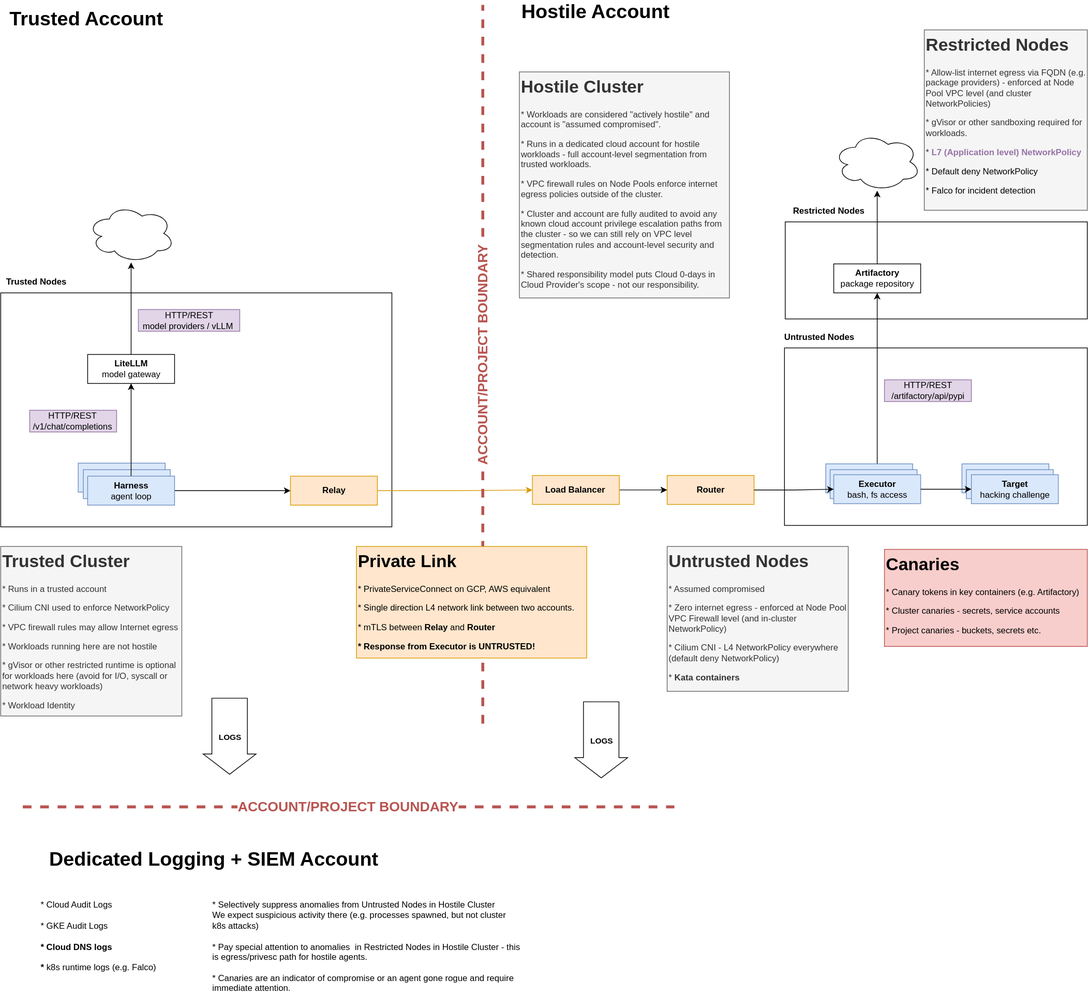
Earlier version of the draw.io export images/posts/ai-infrastructure-security/agent.svg (serain/serain.github.io). Source tidied: cells renumbered, new cells last; positions are measured from the earlier drawing's top-left corner, leaving out a move shared by most shapes.
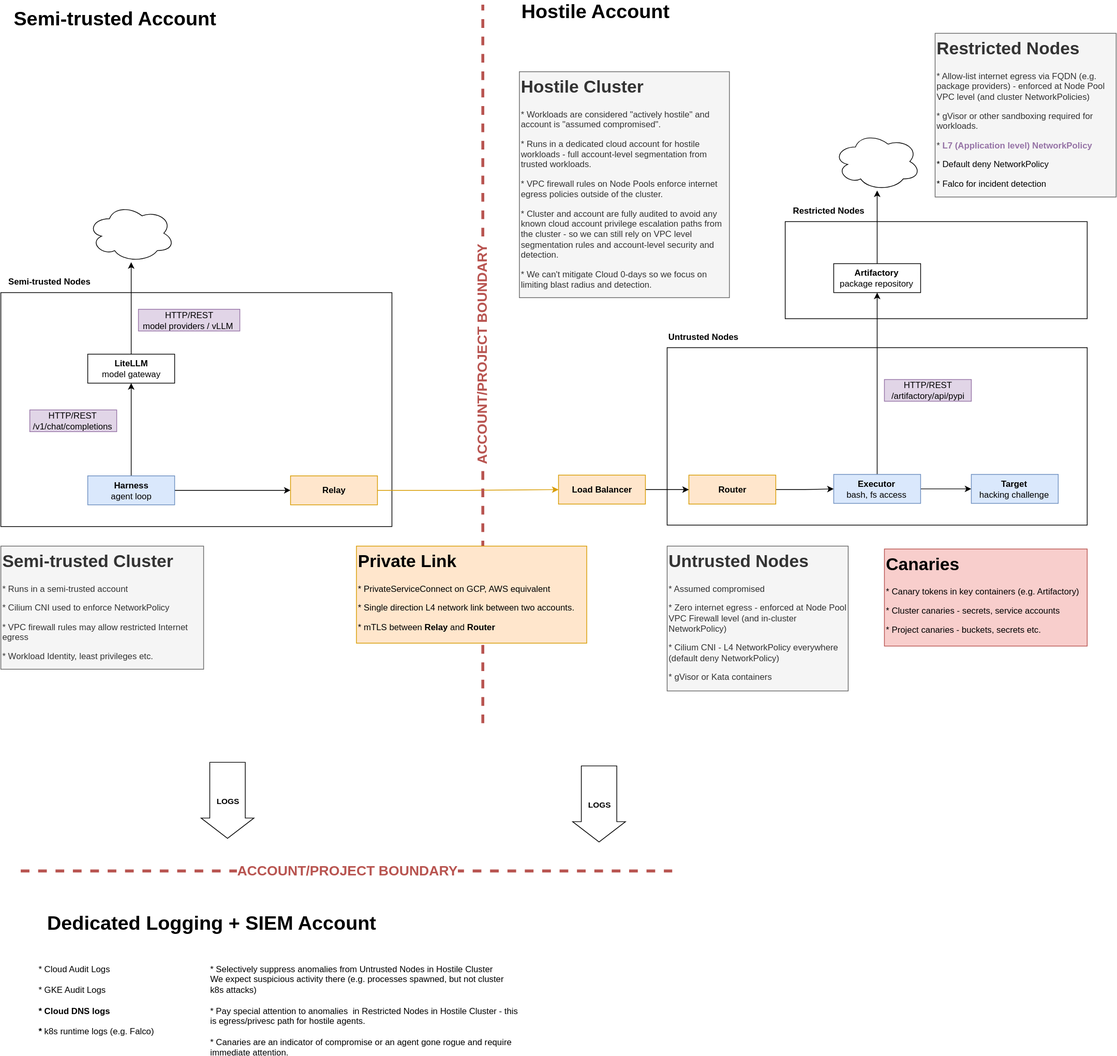
Later version of the same file.

Commit message:
Reframe trusted tier as semi-trusted in infra security post

The account running the harness and relay parses hostile executor
output, so call it semi-trusted in both the prose and the diagram.
Replace the shared-responsibility framing of cloud 0-days with explicit
risk acceptance, and update the diagram to match.

The edit, as a diff of the source:
```diff
@@ -5,7 +5,7 @@
     <mxCell id="2" style="rounded=0;whiteSpace=wrap;html=1;" parent="1" vertex="1">
-      <mxGeometry x="1082" y="479" width="418" height="245" as="geometry" />
+      <mxGeometry x="920" y="479" width="580" height="245" as="geometry" />
     </mxCell>
-    <mxCell id="3" style="rounded=0;whiteSpace=wrap;html=1;fillColor=#dae8fc;strokeColor=#6c8ebf;" parent="1" vertex="1">
-      <mxGeometry x="1327" y="639" width="120" height="40" as="geometry" />
-    </mxCell>
+    <mxCell id="7" style="rounded=0;whiteSpace=wrap;html=1;" parent="1" vertex="1">
+      <mxGeometry x="1083" y="305" width="417" height="134" as="geometry" />
+    </mxCell>
     <mxCell id="4" style="rounded=0;whiteSpace=wrap;html=1;" parent="1" vertex="1">
@@ -13,11 +13,2 @@
     </mxCell>
-    <mxCell id="5" style="rounded=0;whiteSpace=wrap;html=1;fillColor=#dae8fc;strokeColor=#6c8ebf;" parent="1" vertex="1">
-      <mxGeometry x="107" y="638" width="120" height="40" as="geometry" />
-    </mxCell>
-    <mxCell id="6" style="rounded=0;whiteSpace=wrap;html=1;fillColor=#dae8fc;strokeColor=#6c8ebf;" parent="1" vertex="1">
-      <mxGeometry x="114" y="647" width="120" height="40" as="geometry" />
-    </mxCell>
-    <mxCell id="7" style="rounded=0;whiteSpace=wrap;html=1;" parent="1" vertex="1">
-      <mxGeometry x="1083" y="305" width="417" height="134" as="geometry" />
-    </mxCell>
     <mxCell id="8" style="edgeStyle=orthogonalEdgeStyle;rounded=0;jettySize=auto;html=1;" parent="1" edge="1" source="9" target="24">
@@ -37,2 +28,5 @@
     </mxCell>
+    <mxCell id="51" style="edgeStyle=orthogonalEdgeStyle;rounded=0;jettySize=auto;html=1;entryX=0;entryY=0.5;entryDx=0;entryDy=0;" parent="1" edge="1" source="47" target="50">
+      <mxGeometry relative="1" as="geometry" />
+    </mxCell>
     <mxCell id="13" style="edgeStyle=orthogonalEdgeStyle;rounded=0;jettySize=auto;html=1;entryX=0.5;entryY=1;entryDx=0;entryDy=0;" parent="1" edge="1" source="47" target="15">
@@ -40,2 +34,8 @@
     </mxCell>
+    <mxCell id="47" value="&lt;b&gt;Executor&lt;/b&gt;&lt;div&gt;bash, fs access&lt;/div&gt;" style="rounded=0;whiteSpace=wrap;html=1;fillColor=#dae8fc;strokeColor=#6c8ebf;" parent="1" vertex="1">
+      <mxGeometry x="1150" y="654" width="120" height="40" as="geometry" />
+    </mxCell>
+    <mxCell id="50" value="&lt;b&gt;Target&lt;/b&gt;&lt;div&gt;hacking challenge&lt;/div&gt;" style="rounded=0;whiteSpace=wrap;html=1;fillColor=#dae8fc;strokeColor=#6c8ebf;" parent="1" vertex="1">
+      <mxGeometry x="1340" y="654" width="120" height="40" as="geometry" />
+    </mxCell>
     <mxCell id="14" style="edgeStyle=orthogonalEdgeStyle;rounded=0;jettySize=auto;html=1;" parent="1" edge="1" source="15" target="35">
@@ -49,4 +49,4 @@
     </mxCell>
-    <mxCell id="17" value="Trusted Nodes" style="text;html=1;whiteSpace=wrap;strokeColor=none;fillColor=none;align=center;verticalAlign=middle;rounded=0;fontStyle=1;" parent="1" vertex="1">
-      <mxGeometry y="373" width="100" height="30" as="geometry" />
+    <mxCell id="17" value="Semi-trusted Nodes" style="text;html=1;whiteSpace=wrap;strokeColor=none;fillColor=none;align=center;verticalAlign=middle;rounded=0;fontStyle=1;" parent="1" vertex="1">
+      <mxGeometry y="373" width="134" height="30" as="geometry" />
     </mxCell>
@@ -56,8 +56,8 @@
     <mxCell id="19" value="Untrusted Nodes" style="text;html=1;whiteSpace=wrap;strokeColor=none;fillColor=none;align=center;verticalAlign=middle;rounded=0;fontStyle=1;" parent="1" vertex="1">
-      <mxGeometry x="1080" y="449" width="100" height="30" as="geometry" />
+      <mxGeometry x="920" y="449" width="100" height="30" as="geometry" />
     </mxCell>
-    <mxCell id="20" value="&lt;h1 style=&quot;margin-top: 0px;&quot;&gt;Trusted Cluster&lt;/h1&gt;&lt;p&gt;* Runs in a trusted account&lt;/p&gt;&lt;p&gt;* Cilium CNI used to enforce NetworkPolicy&lt;/p&gt;&lt;p&gt;* VPC firewall rules may allow Internet egress&lt;/p&gt;&lt;p&gt;* Workloads running here are not hostile&lt;/p&gt;&lt;p&gt;* gVisor or other restricted runtime is optional for workloads here (avoid for I/O, syscall or network heavy workloads)&lt;/p&gt;&lt;p&gt;* Workload Identity&lt;/p&gt;" style="text;html=1;whiteSpace=wrap;overflow=hidden;rounded=0;fillColor=#f5f5f5;fontColor=#333333;strokeColor=#666666;" parent="1" vertex="1">
-      <mxGeometry y="753" width="250" height="234" as="geometry" />
+    <mxCell id="20" value="&lt;h1 style=&quot;margin-top: 0px;&quot;&gt;Semi-trusted Cluster&lt;/h1&gt;&lt;p&gt;* Runs in a semi-trusted account&lt;/p&gt;&lt;p&gt;* Cilium CNI used to enforce NetworkPolicy&lt;/p&gt;&lt;p&gt;* VPC firewall rules may allow restricted Internet egress&lt;/p&gt;&lt;p&gt;* Workload Identity, least privileges etc.&lt;/p&gt;" style="text;html=1;whiteSpace=wrap;overflow=hidden;rounded=0;fillColor=#f5f5f5;fontColor=#333333;strokeColor=#666666;" parent="1" vertex="1">
+      <mxGeometry y="753" width="280" height="170" as="geometry" />
     </mxCell>
-    <mxCell id="21" value="&lt;h1 style=&quot;margin-top: 0px;&quot;&gt;Hostile Cluster&lt;/h1&gt;&lt;p&gt;* Workloads are considered &quot;actively hostile&quot; and account is &quot;assumed compromised&quot;.&lt;/p&gt;&lt;p&gt;* Runs in a dedicated cloud account for hostile workloads - full account-level segmentation from trusted workloads.&lt;/p&gt;&lt;p&gt;* VPC firewall rules on Node Pools enforce internet egress policies outside of the cluster.&lt;/p&gt;&lt;p&gt;* Cluster and account are fully audited to avoid any known cloud account privilege escalation paths from the cluster - so we can still rely on VPC level segmentation rules and account-level security and detection.&lt;/p&gt;&lt;p&gt;* Shared responsibility model puts Cloud 0-days in Cloud Provider's scope - not our responsibility.&lt;/p&gt;" style="text;html=1;whiteSpace=wrap;overflow=hidden;rounded=0;fillColor=#f5f5f5;fontColor=#333333;strokeColor=#666666;" parent="1" vertex="1">
+    <mxCell id="21" value="&lt;h1 style=&quot;margin-top: 0px;&quot;&gt;Hostile Cluster&lt;/h1&gt;&lt;p&gt;* Workloads are considered &quot;actively hostile&quot; and account is &quot;assumed compromised&quot;.&lt;/p&gt;&lt;p&gt;* Runs in a dedicated cloud account for hostile workloads - full account-level segmentation from trusted workloads.&lt;/p&gt;&lt;p&gt;* VPC firewall rules on Node Pools enforce internet egress policies outside of the cluster.&lt;/p&gt;&lt;p&gt;* Cluster and account are fully audited to avoid any known cloud account privilege escalation paths from the cluster - so we can still rely on VPC level segmentation rules and account-level security and detection.&lt;/p&gt;&lt;p&gt;* We can't mitigate Cloud 0-days so we focus on limiting blast radius and detection.&lt;/p&gt;" style="text;html=1;whiteSpace=wrap;overflow=hidden;rounded=0;fillColor=#f5f5f5;fontColor=#333333;strokeColor=#666666;" parent="1" vertex="1">
       <mxGeometry x="716" y="98" width="290" height="312" as="geometry" />
@@ -76,4 +76,7 @@
     </mxCell>
+    <mxCell id="49" style="edgeStyle=orthogonalEdgeStyle;rounded=0;jettySize=auto;html=1;" parent="1" edge="1" source="26" target="47">
+      <mxGeometry relative="1" as="geometry" />
+    </mxCell>
     <mxCell id="26" value="&lt;b&gt;Router&lt;/b&gt;" style="rounded=0;whiteSpace=wrap;html=1;fillColor=#ffe6cc;strokeColor=#d79b00;" parent="1" vertex="1">
-      <mxGeometry x="920" y="655" width="120" height="40" as="geometry" />
+      <mxGeometry x="950" y="655" width="120" height="40" as="geometry" />
     </mxCell>
@@ -83,3 +86,3 @@
     <mxCell id="28" value="&lt;b&gt;Load Balancer&lt;/b&gt;" style="rounded=0;whiteSpace=wrap;html=1;fillColor=#ffe6cc;strokeColor=#d79b00;" parent="1" vertex="1">
-      <mxGeometry x="734" y="655" width="120" height="40" as="geometry" />
+      <mxGeometry x="770" y="655" width="120" height="40" as="geometry" />
     </mxCell>
@@ -96,3 +99,3 @@
     </mxCell>
-    <mxCell id="31" value="&lt;h1 style=&quot;margin-top: 0px;&quot;&gt;Untrusted Nodes&lt;/h1&gt;&lt;p&gt;* Assumed compromised&lt;/p&gt;&lt;p&gt;* Zero internet egress - enforced at Node Pool VPC Firewall level (and in-cluster NetworkPolicy)&lt;/p&gt;&lt;p&gt;* Cilium CNI - L4 NetworkPolicy everywhere (default deny NetworkPolicy)&lt;/p&gt;&lt;p&gt;* &lt;b&gt;Kata containers&lt;/b&gt;&lt;/p&gt;" style="text;html=1;whiteSpace=wrap;overflow=hidden;rounded=0;fillColor=#f5f5f5;fontColor=#333333;strokeColor=#666666;" parent="1" vertex="1">
+    <mxCell id="31" value="&lt;h1 style=&quot;margin-top: 0px;&quot;&gt;Untrusted Nodes&lt;/h1&gt;&lt;p&gt;* Assumed compromised&lt;/p&gt;&lt;p&gt;* Zero internet egress - enforced at Node Pool VPC Firewall level (and in-cluster NetworkPolicy)&lt;/p&gt;&lt;p&gt;* Cilium CNI - L4 NetworkPolicy everywhere (default deny NetworkPolicy)&lt;/p&gt;&lt;p&gt;* gVisor or Kata containers&lt;/p&gt;" style="text;html=1;whiteSpace=wrap;overflow=hidden;rounded=0;fillColor=#f5f5f5;fontColor=#333333;strokeColor=#666666;" parent="1" vertex="1">
       <mxGeometry x="920" y="753" width="250" height="200" as="geometry" />
@@ -100,6 +103,6 @@
     <mxCell id="32" value="&lt;h1 style=&quot;margin-top: 0px;&quot;&gt;Restricted Nodes&lt;/h1&gt;&lt;p&gt;* Allow-list internet egress via FQDN (e.g. package providers) - enforced at Node Pool VPC level (and cluster NetworkPolicies)&lt;/p&gt;&lt;p&gt;* gVisor or other sandboxing required for workloads.&lt;/p&gt;&lt;p&gt;* &lt;span style=&quot;color: rgb(150, 115, 166);&quot;&gt;&lt;b&gt;L7 (Application level) NetworkPolicy&lt;/b&gt;&lt;/span&gt;&lt;/p&gt;&lt;p&gt;&lt;span style=&quot;color: rgb(150, 115, 166);&quot;&gt;&lt;span style=&quot;caret-color: rgb(0, 0, 0); color: rgb(0, 0, 0);&quot;&gt;* Default deny NetworkPolicy&lt;/span&gt;&lt;b&gt;&lt;br&gt;&lt;/b&gt;&lt;/span&gt;&lt;/p&gt;&lt;p&gt;&lt;span style=&quot;color: rgb(150, 115, 166);&quot;&gt;&lt;span style=&quot;caret-color: rgb(0, 0, 0); color: rgb(0, 0, 0);&quot;&gt;* Falco for incident detection&lt;/span&gt;&lt;/span&gt;&lt;/p&gt;" style="text;html=1;whiteSpace=wrap;overflow=hidden;rounded=0;fillColor=#f5f5f5;fontColor=#333333;strokeColor=#666666;" parent="1" vertex="1">
-      <mxGeometry x="1275" y="40" width="225" height="249" as="geometry" />
+      <mxGeometry x="1290" y="45" width="250" height="226" as="geometry" />
     </mxCell>
-    <mxCell id="33" value="&lt;h1 style=&quot;margin-top: 0px;&quot;&gt;Private Link&lt;/h1&gt;&lt;p&gt;* PrivateServiceConnect on GCP, AWS equivalent&lt;/p&gt;&lt;p&gt;* Single direction L4 network link between two accounts.&lt;/p&gt;&lt;p&gt;* mTLS between &lt;b&gt;Relay&lt;/b&gt; and &lt;b&gt;Router&lt;/b&gt;&lt;/p&gt;&lt;p&gt;&lt;b&gt;* Response from Executor is UNTRUSTED!&lt;/b&gt;&lt;/p&gt;" style="text;html=1;whiteSpace=wrap;overflow=hidden;rounded=0;fillColor=#ffe6cc;strokeColor=#d79b00;" parent="1" vertex="1">
-      <mxGeometry x="491" y="753" width="318" height="154" as="geometry" />
+    <mxCell id="33" value="&lt;h1 style=&quot;margin-top: 0px;&quot;&gt;Private Link&lt;/h1&gt;&lt;p&gt;* PrivateServiceConnect on GCP, AWS equivalent&lt;/p&gt;&lt;p&gt;* Single direction L4 network link between two accounts.&lt;/p&gt;&lt;p&gt;* mTLS between &lt;b&gt;Relay&lt;/b&gt; and &lt;b&gt;Router&lt;/b&gt;&lt;/p&gt;" style="text;html=1;whiteSpace=wrap;overflow=hidden;rounded=0;fillColor=#ffe6cc;strokeColor=#d79b00;" parent="1" vertex="1">
+      <mxGeometry x="491" y="753" width="318" height="134" as="geometry" />
     </mxCell>
@@ -113,8 +116,8 @@
       <mxGeometry relative="1" as="geometry">
-        <mxPoint x="31" y="1113" as="sourcePoint" />
-        <mxPoint x="930.5" y="1113" as="targetPoint" />
+        <mxPoint x="28" y="1202" as="sourcePoint" />
+        <mxPoint x="927.5" y="1202" as="targetPoint" />
       </mxGeometry>
     </mxCell>
-    <mxCell id="37" value="Trusted Account" style="text;html=1;whiteSpace=wrap;strokeColor=none;fillColor=none;align=center;verticalAlign=middle;rounded=0;fontSize=27;fontStyle=1;" parent="1" vertex="1">
-      <mxGeometry y="10" width="236" height="30" as="geometry" />
+    <mxCell id="37" value="Semi-trusted Account" style="text;html=1;whiteSpace=wrap;strokeColor=none;fillColor=none;align=center;verticalAlign=middle;rounded=0;fontSize=27;fontStyle=1;" parent="1" vertex="1">
+      <mxGeometry y="10" width="315" height="30" as="geometry" />
     </mxCell>
@@ -124,3 +127,3 @@
     <mxCell id="39" value="Dedicated Logging + SIEM Account" style="text;html=1;whiteSpace=wrap;strokeColor=none;fillColor=none;align=center;verticalAlign=middle;rounded=0;fontSize=27;fontStyle=1;" parent="1" vertex="1">
-      <mxGeometry x="26" y="1170" width="536" height="30" as="geometry" />
+      <mxGeometry x="23" y="1259" width="536" height="30" as="geometry" />
     </mxCell>
@@ -128,4 +131,4 @@
       <mxGeometry x="0.02" relative="1" as="geometry">
-        <mxPoint x="316" y="962" as="sourcePoint" />
-        <mxPoint x="316" y="1068" as="targetPoint" />
+        <mxPoint x="313" y="1051" as="sourcePoint" />
+        <mxPoint x="313" y="1157" as="targetPoint" />
       </mxGeometry>
@@ -133,6 +136,6 @@
     <mxCell id="41" value="* Cloud Audit Logs&lt;div&gt;&lt;br&gt;&lt;div&gt;* GKE Audit Logs&lt;/div&gt;&lt;/div&gt;&lt;div&gt;&lt;br&gt;&lt;/div&gt;&lt;div&gt;&lt;b&gt;* Cloud DNS logs&lt;/b&gt;&lt;/div&gt;&lt;div&gt;&lt;b&gt;&lt;br&gt;&lt;/b&gt;&lt;/div&gt;&lt;div&gt;&lt;b&gt;* &lt;/b&gt;k8s runtime logs (e.g. Falco)&lt;/div&gt;" style="text;html=1;whiteSpace=wrap;strokeColor=none;fillColor=none;align=left;verticalAlign=top;rounded=0;" parent="1" vertex="1">
-      <mxGeometry x="53" y="1234" width="190" height="116" as="geometry" />
+      <mxGeometry x="50" y="1323" width="190" height="116" as="geometry" />
     </mxCell>
     <mxCell id="42" value="* Selectively suppress anomalies from Untrusted Nodes in Hostile Cluster&lt;div&gt;We expect suspicious activity there (e.g. processes spawned, but not cluster k8s attacks)&lt;/div&gt;&lt;div&gt;&lt;br&gt;&lt;/div&gt;&lt;div&gt;* Pay special attention to anomalies &amp;nbsp;in Restricted Nodes in Hostile Cluster - this is egress/privesc path for hostile agents.&lt;/div&gt;&lt;div&gt;&lt;br&gt;&lt;/div&gt;&lt;div&gt;* Canaries are an indicator of compromise or an agent gone rogue and require immediate attention.&lt;/div&gt;" style="text;html=1;whiteSpace=wrap;strokeColor=none;fillColor=none;align=left;verticalAlign=top;rounded=0;" parent="1" vertex="1">
-      <mxGeometry x="290" y="1234" width="429" height="116" as="geometry" />
+      <mxGeometry x="287" y="1323" width="429" height="116" as="geometry" />
     </mxCell>
@@ -140,4 +143,4 @@
       <mxGeometry x="0.02" relative="1" as="geometry">
-        <mxPoint x="829" y="967" as="sourcePoint" />
-        <mxPoint x="829" y="1073" as="targetPoint" />
+        <mxPoint x="826" y="1056" as="sourcePoint" />
+        <mxPoint x="826" y="1162" as="targetPoint" />
       </mxGeometry>
@@ -147,23 +150,2 @@
     </mxCell>
-    <mxCell id="45" value="&lt;span style=&quot;font-family: monospace; font-size: 0px; text-align: start; white-space: nowrap;&quot;&gt;%3CmxGraphModel%3E%3Croot%3E%3CmxCell%20id%3D%220%22%2F%3E%3CmxCell%20id%3D%221%22%20parent%3D%220%22%2F%3E%3CmxCell%20id%3D%222%22%20value%3D%22%26lt%3Bb%26gt%3BExecutor%26lt%3B%2Fb%26gt%3B%26lt%3Bdiv%26gt%3Bbash%2C%20fs%20access%26lt%3B%2Fdiv%26gt%3B%22%20style%3D%22rounded%3D0%3BwhiteSpace%3Dwrap%3Bhtml%3D1%3BfillColor%3D%23dae8fc%3BstrokeColor%3D%236c8ebf%3B%22%20vertex%3D%221%22%20parent%3D%221%22%3E%3CmxGeometry%20x%3D%221120%22%20y%3D%22688%22%20width%3D%22120%22%20height%3D%2240%22%20as%3D%22geometry%22%2F%3E%3C%2FmxCell%3E%3C%2Froot%3E%3C%2FmxGraphModel%3E&lt;/span&gt;" style="rounded=0;whiteSpace=wrap;html=1;fillColor=#dae8fc;strokeColor=#6c8ebf;" parent="1" vertex="1">
-      <mxGeometry x="1139" y="639" width="120" height="40" as="geometry" />
-    </mxCell>
-    <mxCell id="46" value="&lt;span style=&quot;font-family: monospace; font-size: 0px; text-align: start; white-space: nowrap;&quot;&gt;%3CmxGraphModel%3E%3Croot%3E%3CmxCell%20id%3D%220%22%2F%3E%3CmxCell%20id%3D%221%22%20parent%3D%220%22%2F%3E%3CmxCell%20id%3D%222%22%20value%3D%22%26lt%3Bb%26gt%3BExecutor%26lt%3B%2Fb%26gt%3B%26lt%3Bdiv%26gt%3Bbash%2C%20fs%20access%26lt%3B%2Fdiv%26gt%3B%22%20style%3D%22rounded%3D0%3BwhiteSpace%3Dwrap%3Bhtml%3D1%3BfillColor%3D%23dae8fc%3BstrokeColor%3D%236c8ebf%3B%22%20vertex%3D%221%22%20parent%3D%221%22%3E%3CmxGeometry%20x%3D%221120%22%20y%3D%22688%22%20width%3D%22120%22%20height%3D%2240%22%20as%3D%22geometry%22%2F%3E%3C%2FmxCell%3E%3C%2Froot%3E%3C%2FmxGraphModel%3E&lt;/span&gt;" style="rounded=0;whiteSpace=wrap;html=1;fillColor=#dae8fc;strokeColor=#6c8ebf;" parent="1" vertex="1">
-      <mxGeometry x="1145" y="647" width="120" height="40" as="geometry" />
-    </mxCell>
-    <mxCell id="47" value="&lt;b&gt;Executor&lt;/b&gt;&lt;div&gt;bash, fs access&lt;/div&gt;" style="rounded=0;whiteSpace=wrap;html=1;fillColor=#dae8fc;strokeColor=#6c8ebf;" parent="1" vertex="1">
-      <mxGeometry x="1150" y="654" width="120" height="40" as="geometry" />
-    </mxCell>
-    <mxCell id="48" style="rounded=0;whiteSpace=wrap;html=1;fillColor=#dae8fc;strokeColor=#6c8ebf;" parent="1" vertex="1">
-      <mxGeometry x="1333" y="647" width="120" height="40" as="geometry" />
-    </mxCell>
-    <mxCell id="49" style="edgeStyle=orthogonalEdgeStyle;rounded=0;jettySize=auto;html=1;" parent="1" edge="1" source="26" target="47">
-      <mxGeometry relative="1" as="geometry" />
-    </mxCell>
-    <mxCell id="50" value="&lt;b&gt;Target&lt;/b&gt;&lt;div&gt;hacking challenge&lt;/div&gt;" style="rounded=0;whiteSpace=wrap;html=1;fillColor=#dae8fc;strokeColor=#6c8ebf;" parent="1" vertex="1">
-      <mxGeometry x="1340" y="654" width="120" height="40" as="geometry" />
-    </mxCell>
-    <mxCell id="51" style="edgeStyle=orthogonalEdgeStyle;rounded=0;jettySize=auto;html=1;entryX=0;entryY=0.5;entryDx=0;entryDy=0;" parent="1" edge="1" source="47" target="50">
-      <mxGeometry relative="1" as="geometry" />
-    </mxCell>
   </root>
```
